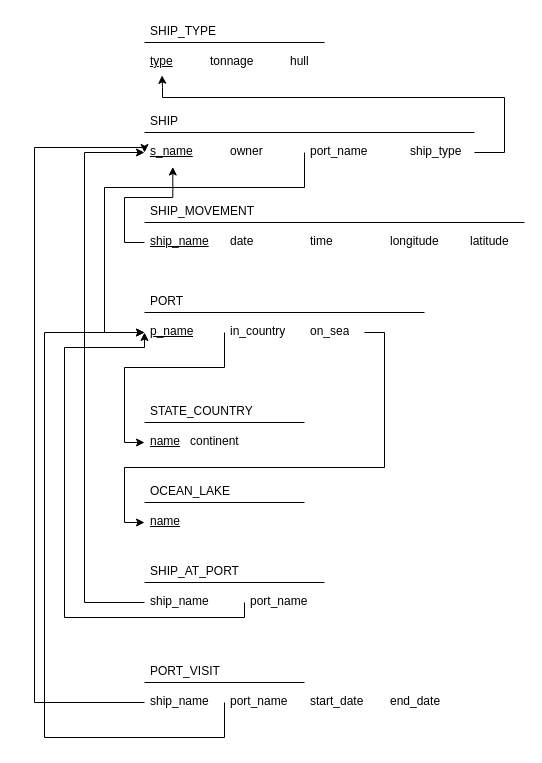
Before: hw-9.drawio in AO-5002/hw9.4-db, a draw.io diagram. Source tidied: cells renumbered, new cells numbered last; positions are measured from the earlier drawing's top-left corner, leaving out a move shared by most shapes. Both pictures are drawn from the tidied source at 100%, with x=0, y=0 at pixel (34, 17).
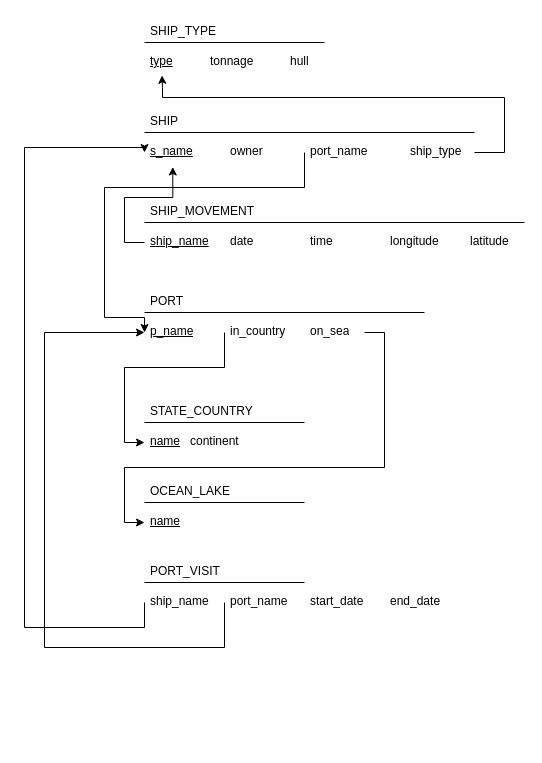
After the change.

Unchanged cells that the change refers to:
```xml
<mxCell id="4" value="&lt;u&gt;s_name&lt;/u&gt;" style="text;strokeColor=none;fillColor=none;spacingLeft=4;spacingRight=4;overflow=hidden;points=[[0,0.5],[1,0.5]];portConstraint=eastwest;fontSize=12;whiteSpace=wrap;html=1;" parent="1" vertex="1">
  <mxGeometry x="110" y="120" width="80" height="30" as="geometry" />
</mxCell>
<mxCell id="31" value="&lt;u&gt;p_name&lt;/u&gt;" style="text;strokeColor=none;fillColor=none;spacingLeft=4;spacingRight=4;overflow=hidden;points=[[0,0.5],[1,0.5]];portConstraint=eastwest;fontSize=12;whiteSpace=wrap;html=1;" parent="1" vertex="1">
  <mxGeometry x="110" y="300" width="60" height="30" as="geometry" />
</mxCell>
<mxCell id="39" value="port_name" style="text;strokeColor=none;fillColor=none;spacingLeft=4;spacingRight=4;overflow=hidden;points=[[0,0.5],[1,0.5]];portConstraint=eastwest;fontSize=12;whiteSpace=wrap;html=1;" parent="1" vertex="1">
  <mxGeometry x="270" y="120" width="70" height="30" as="geometry" />
</mxCell>
```

What changed in the source:
```diff
@@
     <mxCell id="13" value="PORT_VISIT" style="text;strokeColor=none;fillColor=none;spacingLeft=4;spacingRight=4;overflow=hidden;fontSize=12;whiteSpace=wrap;html=1;" parent="1" vertex="1">
-      <mxGeometry x="110" y="640" width="80" height="30" as="geometry" />
+      <mxGeometry x="110" y="540" width="80" height="30" as="geometry" />
     </mxCell>
     <mxCell id="14" style="line;strokeWidth=1;dashed=0;labelPosition=right;align=left;verticalAlign=middle;spacingTop=0;spacingLeft=6;" parent="1" vertex="1">
-      <mxGeometry x="110" y="660" width="160" height="10" as="geometry" />
+      <mxGeometry x="110" y="560" width="160" height="10" as="geometry" />
     </mxCell>
     <mxCell id="15" style="edgeStyle=orthogonalEdgeStyle;rounded=0;jettySize=auto;html=1;exitX=0;exitY=0.5;exitDx=0;exitDy=0;entryX=0;entryY=0.5;entryDx=0;entryDy=0;" parent="1" edge="1" source="16" target="31">
       <mxGeometry relative="1" as="geometry">
         <Array as="points">
-          <mxPoint x="190" y="720" />
-          <mxPoint x="10" y="720" />
+          <mxPoint x="190" y="630" />
+          <mxPoint x="10" y="630" />
           <mxPoint x="10" y="315" />
         </Array>
       </mxGeometry>
     </mxCell>
     <mxCell id="16" value="port_name" style="text;strokeColor=none;fillColor=none;spacingLeft=4;spacingRight=4;overflow=hidden;points=[[0,0.5],[1,0.5]];portConstraint=eastwest;fontSize=12;whiteSpace=wrap;html=1;" parent="1" vertex="1">
-      <mxGeometry x="190" y="670" width="80" height="30" as="geometry" />
+      <mxGeometry x="190" y="570" width="80" height="30" as="geometry" />
     </mxCell>
     <mxCell id="17" value="start_date" style="text;strokeColor=none;fillColor=none;spacingLeft=4;spacingRight=4;overflow=hidden;fontSize=12;whiteSpace=wrap;html=1;" parent="1" vertex="1">
-      <mxGeometry x="270" y="670" width="80" height="30" as="geometry" />
+      <mxGeometry x="270" y="570" width="80" height="30" as="geometry" />
     </mxCell>
@@
     <mxCell id="38" style="edgeStyle=orthogonalEdgeStyle;rounded=0;jettySize=auto;html=1;exitX=0;exitY=0.5;exitDx=0;exitDy=0;entryX=0;entryY=0.5;entryDx=0;entryDy=0;" parent="1" edge="1" source="39" target="31">
       <mxGeometry relative="1" as="geometry">
         <Array as="points">
           <mxPoint x="270" y="170" />
           <mxPoint x="70" y="170" />
-          <mxPoint x="70" y="315" />
+          <mxPoint x="70" y="300" />
+          <mxPoint x="110" y="300" />
         </Array>
       </mxGeometry>
     </mxCell>
@@
-    <mxCell id="43" value="SHIP_AT_PORT" style="text;strokeColor=none;fillColor=none;spacingLeft=4;spacingRight=4;overflow=hidden;fontSize=12;whiteSpace=wrap;html=1;" parent="1" vertex="1">
-      <mxGeometry x="110" y="540" width="110" height="30" as="geometry" />
-    </mxCell>
-    <mxCell id="44" style="line;strokeWidth=1;dashed=0;labelPosition=right;align=left;verticalAlign=middle;spacingTop=0;spacingLeft=6;" parent="1" vertex="1">
-      <mxGeometry x="110" y="560" width="180" height="10" as="geometry" />
-    </mxCell>
-    <mxCell id="45" style="edgeStyle=orthogonalEdgeStyle;rounded=0;jettySize=auto;html=1;exitX=0;exitY=0.5;exitDx=0;exitDy=0;entryX=0;entryY=0.5;entryDx=0;entryDy=0;" parent="1" edge="1" source="46" target="4">
-      <mxGeometry relative="1" as="geometry">
-        <Array as="points">
-          <mxPoint x="50" y="585" />
-          <mxPoint x="50" y="135" />
-        </Array>
-      </mxGeometry>
-    </mxCell>
-    <mxCell id="46" value="ship_name" style="text;strokeColor=none;fillColor=none;spacingLeft=4;spacingRight=4;overflow=hidden;points=[[0,0.5],[1,0.5]];portConstraint=eastwest;fontSize=12;whiteSpace=wrap;html=1;" parent="1" vertex="1">
-      <mxGeometry x="110" y="570" width="80" height="30" as="geometry" />
-    </mxCell>
-    <mxCell id="47" style="edgeStyle=orthogonalEdgeStyle;rounded=0;jettySize=auto;html=1;exitX=0;exitY=0.5;exitDx=0;exitDy=0;entryX=0;entryY=0.5;entryDx=0;entryDy=0;" parent="1" edge="1" source="48" target="31">
-      <mxGeometry relative="1" as="geometry">
-        <Array as="points">
-          <mxPoint x="210" y="600" />
-          <mxPoint x="30" y="600" />
-          <mxPoint x="30" y="330" />
-          <mxPoint x="110" y="330" />
-        </Array>
-      </mxGeometry>
-    </mxCell>
-    <mxCell id="48" value="port_name" style="text;strokeColor=none;fillColor=none;spacingLeft=4;spacingRight=4;overflow=hidden;points=[[0,0.5],[1,0.5]];portConstraint=eastwest;fontSize=12;whiteSpace=wrap;html=1;" parent="1" vertex="1">
-      <mxGeometry x="210" y="570" width="80" height="30" as="geometry" />
-    </mxCell>
     <mxCell id="49" style="edgeStyle=orthogonalEdgeStyle;rounded=0;jettySize=auto;html=1;exitX=0;exitY=0.5;exitDx=0;exitDy=0;entryX=0;entryY=0.5;entryDx=0;entryDy=0;" parent="1" edge="1" source="50" target="4">
       <mxGeometry relative="1" as="geometry">
         <Array as="points">
-          <mxPoint y="685" />
-          <mxPoint y="130" />
+          <mxPoint x="110" y="610" />
+          <mxPoint x="-10" y="610" />
+          <mxPoint x="-10" y="130" />
           <mxPoint x="110" y="130" />
         </Array>
       </mxGeometry>
     </mxCell>
     <mxCell id="50" value="ship_name" style="text;strokeColor=none;fillColor=none;spacingLeft=4;spacingRight=4;overflow=hidden;points=[[0,0.5],[1,0.5]];portConstraint=eastwest;fontSize=12;whiteSpace=wrap;html=1;" parent="1" vertex="1">
-      <mxGeometry x="110" y="670" width="80" height="30" as="geometry" />
+      <mxGeometry x="110" y="570" width="80" height="30" as="geometry" />
     </mxCell>
     <mxCell id="51" value="end_date" style="text;strokeColor=none;fillColor=none;spacingLeft=4;spacingRight=4;overflow=hidden;fontSize=12;whiteSpace=wrap;html=1;" parent="1" vertex="1">
-      <mxGeometry x="350" y="670" width="80" height="30" as="geometry" />
+      <mxGeometry x="350" y="570" width="80" height="30" as="geometry" />
     </mxCell>
```
